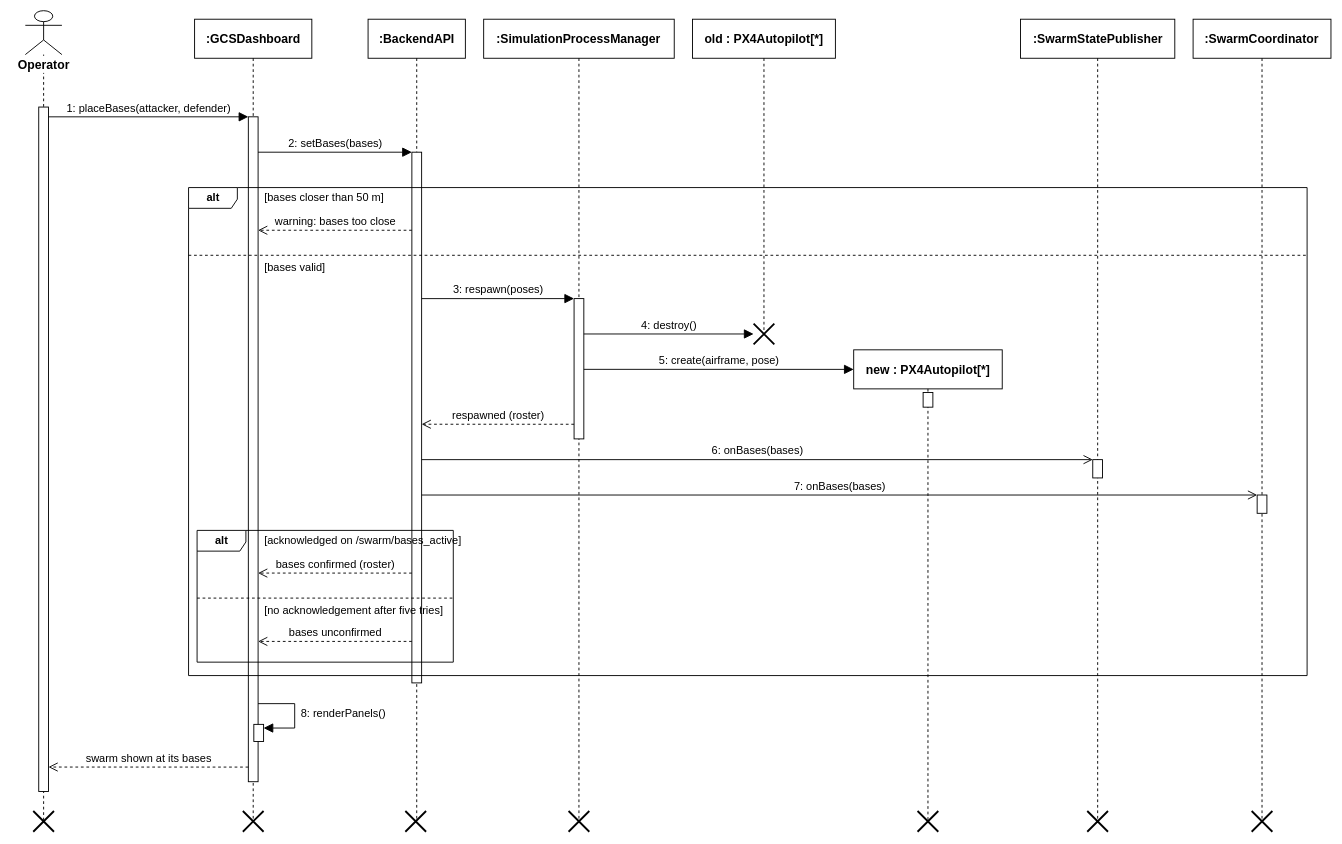
The draw.io diagram 14_sequence_base_spawn.drawio in syedmohammad611/diagrams, before the edit. Source tidied: cells renumbered, new cells numbered last; positions are measured from the earlier drawing's top-left corner, leaving out a move shared by most shapes. Both pictures are drawn from the tidied source at 61%, with x=0, y=0 at pixel (10, 10).
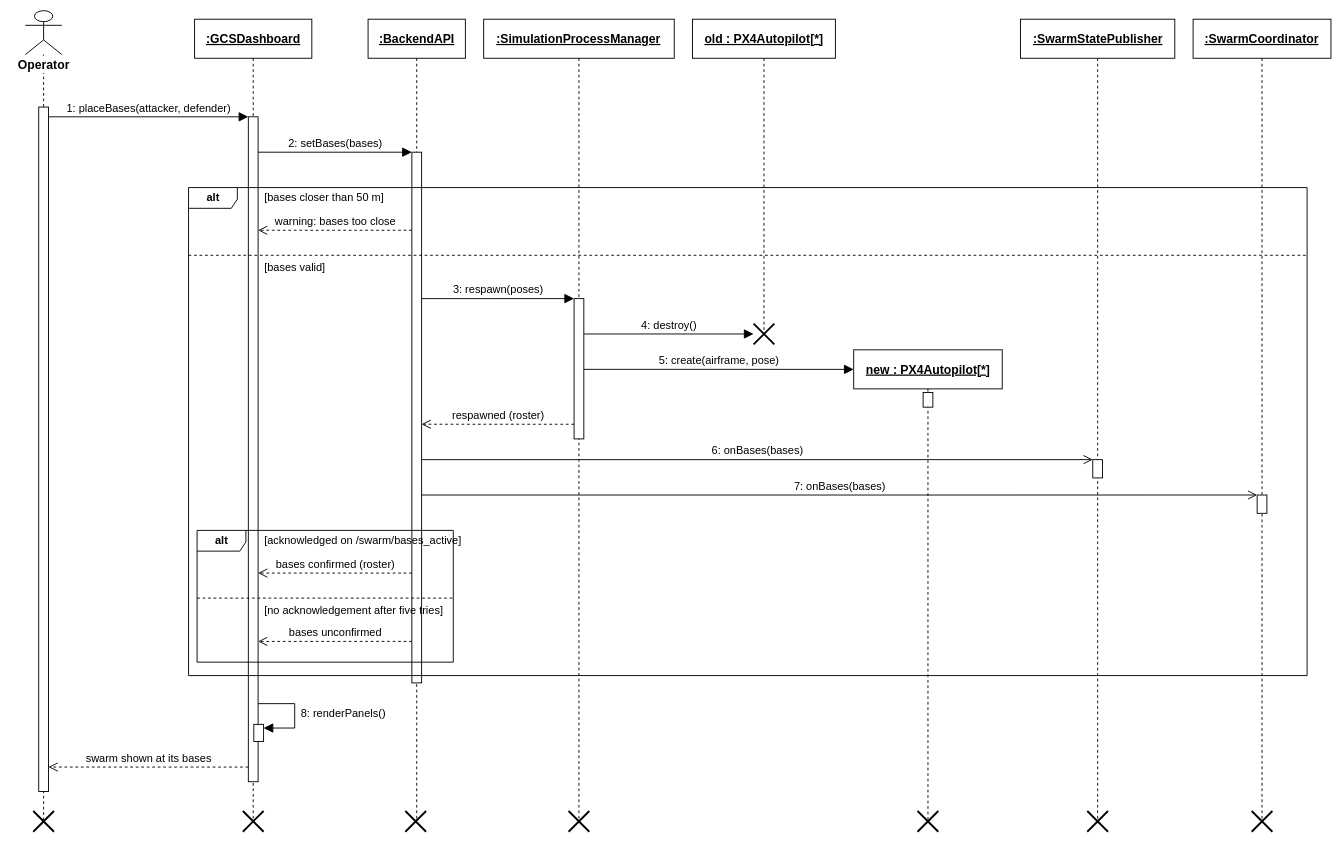
After the change.

The edit, as a diff of the source:
```diff
@@
-    <mxCell id="5" value=":GCSDashboard" style="shape=umlLifeline;perimeter=lifelinePerimeter;whiteSpace=wrap;html=1;newEdgeStyle={&quot;edgeStyle&quot;:&quot;elbowEdgeStyle&quot;,&quot;elbow&quot;:&quot;vertical&quot;,&quot;curved&quot;:0,&quot;rounded&quot;:0};fillColor=none;strokeColor=#000000;strokeWidth=1.5;fontFamily=Helvetica;fontColor=#000000;fontSize=20;fontStyle=1;size=64;" parent="1" vertex="1">
+    <mxCell id="5" value=":GCSDashboard" style="shape=umlLifeline;perimeter=lifelinePerimeter;whiteSpace=wrap;html=1;newEdgeStyle={&quot;edgeStyle&quot;:&quot;elbowEdgeStyle&quot;,&quot;elbow&quot;:&quot;vertical&quot;,&quot;curved&quot;:0,&quot;rounded&quot;:0};fillColor=none;strokeColor=#000000;strokeWidth=1.5;fontFamily=Helvetica;fontColor=#000000;fontSize=20;fontStyle=5;size=64;" parent="1" vertex="1">
       <mxGeometry x="301.5" y="14" width="192.2" height="1314" as="geometry" />
     </mxCell>
@@
-    <mxCell id="8" value=":BackendAPI" style="shape=umlLifeline;perimeter=lifelinePerimeter;whiteSpace=wrap;html=1;newEdgeStyle={&quot;edgeStyle&quot;:&quot;elbowEdgeStyle&quot;,&quot;elbow&quot;:&quot;vertical&quot;,&quot;curved&quot;:0,&quot;rounded&quot;:0};fillColor=none;strokeColor=#000000;strokeWidth=1.5;fontFamily=Helvetica;fontColor=#000000;fontSize=20;fontStyle=1;size=64;" parent="1" vertex="1">
+    <mxCell id="8" value=":BackendAPI" style="shape=umlLifeline;perimeter=lifelinePerimeter;whiteSpace=wrap;html=1;newEdgeStyle={&quot;edgeStyle&quot;:&quot;elbowEdgeStyle&quot;,&quot;elbow&quot;:&quot;vertical&quot;,&quot;curved&quot;:0,&quot;rounded&quot;:0};fillColor=none;strokeColor=#000000;strokeWidth=1.5;fontFamily=Helvetica;fontColor=#000000;fontSize=20;fontStyle=5;size=64;" parent="1" vertex="1">
       <mxGeometry x="585.9" y="14" width="159.5" height="1314" as="geometry" />
     </mxCell>
@@
-    <mxCell id="10" value=":SimulationProcessManager" style="shape=umlLifeline;perimeter=lifelinePerimeter;whiteSpace=wrap;html=1;newEdgeStyle={&quot;edgeStyle&quot;:&quot;elbowEdgeStyle&quot;,&quot;elbow&quot;:&quot;vertical&quot;,&quot;curved&quot;:0,&quot;rounded&quot;:0};fillColor=none;strokeColor=#000000;strokeWidth=1.5;fontFamily=Helvetica;fontColor=#000000;fontSize=20;fontStyle=1;size=64;" parent="1" vertex="1">
+    <mxCell id="10" value=":SimulationProcessManager" style="shape=umlLifeline;perimeter=lifelinePerimeter;whiteSpace=wrap;html=1;newEdgeStyle={&quot;edgeStyle&quot;:&quot;elbowEdgeStyle&quot;,&quot;elbow&quot;:&quot;vertical&quot;,&quot;curved&quot;:0,&quot;rounded&quot;:0};fillColor=none;strokeColor=#000000;strokeWidth=1.5;fontFamily=Helvetica;fontColor=#000000;fontSize=20;fontStyle=5;size=64;" parent="1" vertex="1">
       <mxGeometry x="775.4" y="14" width="312.4" height="1314" as="geometry" />
     </mxCell>
@@
-    <mxCell id="12" value="old : PX4Autopilot[*]" style="shape=umlLifeline;perimeter=lifelinePerimeter;whiteSpace=wrap;html=1;newEdgeStyle={&quot;edgeStyle&quot;:&quot;elbowEdgeStyle&quot;,&quot;elbow&quot;:&quot;vertical&quot;,&quot;curved&quot;:0,&quot;rounded&quot;:0};fillColor=none;strokeColor=#000000;strokeWidth=1.5;fontFamily=Helvetica;fontColor=#000000;fontSize=20;fontStyle=1;size=64;" parent="1" vertex="1">
+    <mxCell id="12" value="old : PX4Autopilot[*]" style="shape=umlLifeline;perimeter=lifelinePerimeter;whiteSpace=wrap;html=1;newEdgeStyle={&quot;edgeStyle&quot;:&quot;elbowEdgeStyle&quot;,&quot;elbow&quot;:&quot;vertical&quot;,&quot;curved&quot;:0,&quot;rounded&quot;:0};fillColor=none;strokeColor=#000000;strokeWidth=1.5;fontFamily=Helvetica;fontColor=#000000;fontSize=20;fontStyle=5;size=64;" parent="1" vertex="1">
       <mxGeometry x="1117.8" y="14" width="234.2" height="516" as="geometry" />
     </mxCell>
@@
-    <mxCell id="14" value="new : PX4Autopilot[*]" style="shape=umlLifeline;perimeter=lifelinePerimeter;whiteSpace=wrap;html=1;outlineConnect=0;portConstraint=eastwest;newEdgeStyle={&quot;edgeStyle&quot;:&quot;elbowEdgeStyle&quot;,&quot;elbow&quot;:&quot;vertical&quot;,&quot;curved&quot;:0,&quot;rounded&quot;:0};fillColor=none;strokeColor=#000000;strokeWidth=1.5;fontFamily=Helvetica;fontColor=#000000;fontSize=20;fontStyle=1;size=64;" parent="1" vertex="1">
+    <mxCell id="14" value="new : PX4Autopilot[*]" style="shape=umlLifeline;perimeter=lifelinePerimeter;whiteSpace=wrap;html=1;outlineConnect=0;portConstraint=eastwest;newEdgeStyle={&quot;edgeStyle&quot;:&quot;elbowEdgeStyle&quot;,&quot;elbow&quot;:&quot;vertical&quot;,&quot;curved&quot;:0,&quot;rounded&quot;:0};fillColor=none;strokeColor=#000000;strokeWidth=1.5;fontFamily=Helvetica;fontColor=#000000;fontSize=20;fontStyle=5;size=64;" parent="1" vertex="1">
       <mxGeometry x="1382" y="556" width="243.5" height="772" as="geometry" />
     </mxCell>
@@
-    <mxCell id="16" value=":SwarmStatePublisher" style="shape=umlLifeline;perimeter=lifelinePerimeter;whiteSpace=wrap;html=1;newEdgeStyle={&quot;edgeStyle&quot;:&quot;elbowEdgeStyle&quot;,&quot;elbow&quot;:&quot;vertical&quot;,&quot;curved&quot;:0,&quot;rounded&quot;:0};fillColor=none;strokeColor=#000000;strokeWidth=1.5;fontFamily=Helvetica;fontColor=#000000;fontSize=20;fontStyle=1;size=64;" parent="1" vertex="1">
+    <mxCell id="16" value=":SwarmStatePublisher" style="shape=umlLifeline;perimeter=lifelinePerimeter;whiteSpace=wrap;html=1;newEdgeStyle={&quot;edgeStyle&quot;:&quot;elbowEdgeStyle&quot;,&quot;elbow&quot;:&quot;vertical&quot;,&quot;curved&quot;:0,&quot;rounded&quot;:0};fillColor=none;strokeColor=#000000;strokeWidth=1.5;fontFamily=Helvetica;fontColor=#000000;fontSize=20;fontStyle=5;size=64;" parent="1" vertex="1">
       <mxGeometry x="1655.5" y="14" width="252.9" height="1314" as="geometry" />
     </mxCell>
@@
-    <mxCell id="18" value=":SwarmCoordinator" style="shape=umlLifeline;perimeter=lifelinePerimeter;whiteSpace=wrap;html=1;newEdgeStyle={&quot;edgeStyle&quot;:&quot;elbowEdgeStyle&quot;,&quot;elbow&quot;:&quot;vertical&quot;,&quot;curved&quot;:0,&quot;rounded&quot;:0};fillColor=none;strokeColor=#000000;strokeWidth=1.5;fontFamily=Helvetica;fontColor=#000000;fontSize=20;fontStyle=1;size=64;" parent="1" vertex="1">
+    <mxCell id="18" value=":SwarmCoordinator" style="shape=umlLifeline;perimeter=lifelinePerimeter;whiteSpace=wrap;html=1;newEdgeStyle={&quot;edgeStyle&quot;:&quot;elbowEdgeStyle&quot;,&quot;elbow&quot;:&quot;vertical&quot;,&quot;curved&quot;:0,&quot;rounded&quot;:0};fillColor=none;strokeColor=#000000;strokeWidth=1.5;fontFamily=Helvetica;fontColor=#000000;fontSize=20;fontStyle=5;size=64;" parent="1" vertex="1">
       <mxGeometry x="1938.4" y="14" width="226" height="1314" as="geometry" />
     </mxCell>
```
